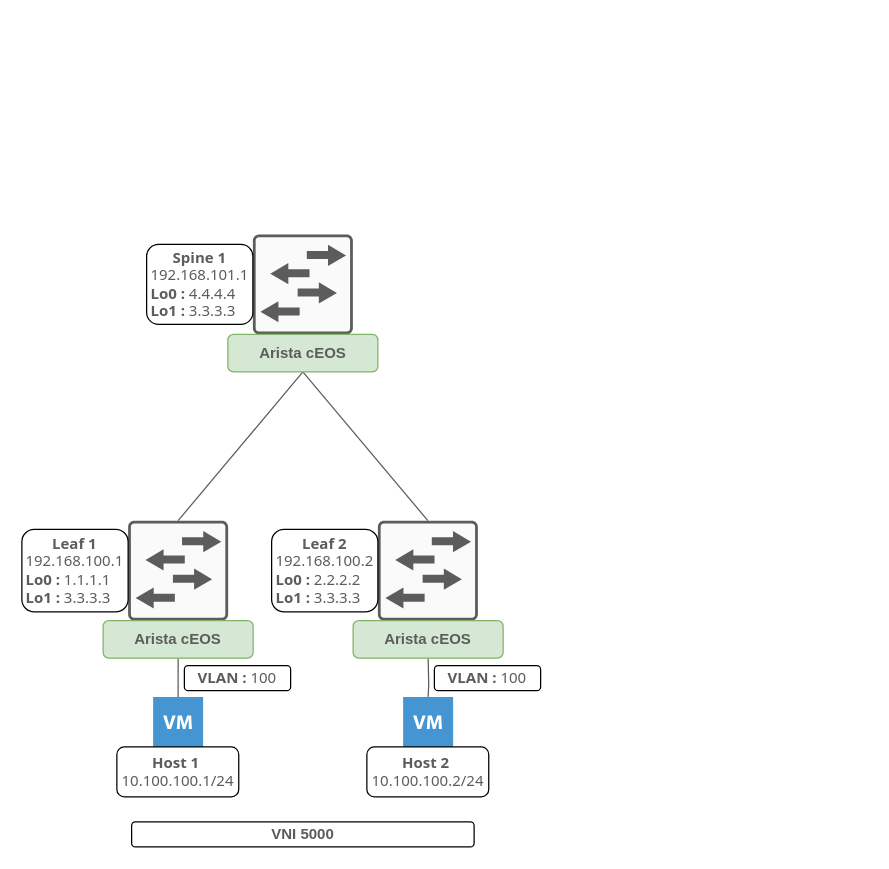
Above: documentation/assets/images/diagrams/VXLAN.drawio in damienarnodo/VXLAN-EVPN (draw.io), before the change. Source tidied: cells renumbered, new cells numbered last; positions are measured from the earlier drawing's top-left corner, leaving out a move shared by most shapes. Both pictures are drawn from the tidied source at 125%, with x=0, y=0 at pixel (21, 234).
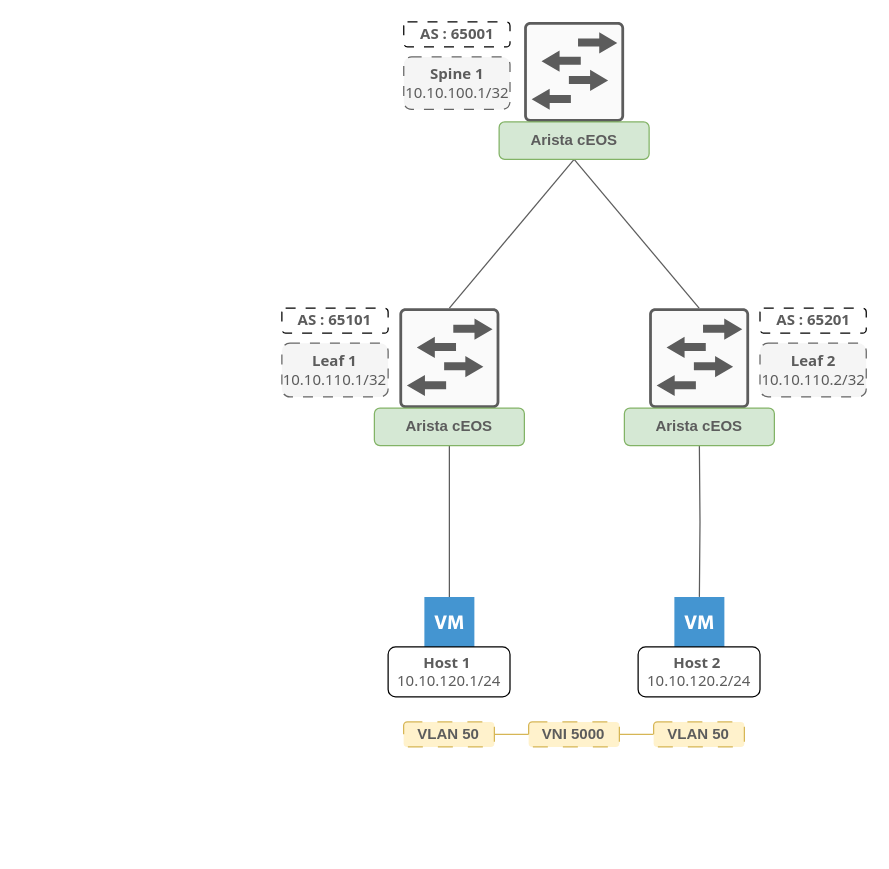
The same diagram, later.

Commit message (it also covers changes not shown here):
Update diagram and hosts

Diff of the diagram source:
```diff
@@
     <mxCell id="2" style="sketch=0;verticalLabelPosition=bottom;html=1;verticalAlign=top;align=center;shape=mxgraph.cisco19.rect;prIcon=l2_switch;fillColor=#FAFAFA;strokeColor=#5c5c5c;" parent="1" vertex="1">
-      <mxGeometry x="184.8" width="80" height="80" as="geometry" />
+      <mxGeometry x="401.8" y="-170" width="80" height="80" as="geometry" />
     </mxCell>
     <mxCell id="3" style="sketch=0;points=[[0.015,0.015,0],[0.985,0.015,0],[0.985,0.985,0],[0.015,0.985,0],[0.25,0,0],[0.5,0,0],[0.75,0,0],[1,0.25,0],[1,0.5,0],[1,0.75,0],[0.75,1,0],[0.5,1,0],[0.25,1,0],[0,0.75,0],[0,0.5,0],[0,0.25,0]];verticalLabelPosition=bottom;html=1;verticalAlign=top;align=center;shape=mxgraph.cisco19.rect;prIcon=l2_switch;fillColor=#FAFAFA;strokeColor=#5c5c5c;" parent="1" vertex="1">
-      <mxGeometry x="284.8" y="229" width="80" height="80" as="geometry" />
+      <mxGeometry x="501.8" y="59" width="80" height="80" as="geometry" />
     </mxCell>
     <mxCell id="4" style="sketch=0;points=[[0.015,0.015,0],[0.985,0.015,0],[0.985,0.985,0],[0.015,0.985,0],[0.25,0,0],[0.5,0,0],[0.75,0,0],[1,0.25,0],[1,0.5,0],[1,0.75,0],[0.75,1,0],[0.5,1,0],[0.25,1,0],[0,0.75,0],[0,0.5,0],[0,0.25,0]];verticalLabelPosition=bottom;html=1;verticalAlign=top;align=center;shape=mxgraph.cisco19.rect;prIcon=l2_switch;fillColor=#FAFAFA;strokeColor=#5c5c5c;" parent="1" vertex="1">
-      <mxGeometry x="85" y="229" width="80" height="80" as="geometry" />
+      <mxGeometry x="302" y="59" width="80" height="80" as="geometry" />
     </mxCell>
@@
     <mxCell id="6" value="&lt;b style=&quot;&quot;&gt;&lt;font color=&quot;#5c5c5c&quot;&gt;Arista cEOS&lt;/font&gt;&lt;/b&gt;" style="rounded=1;whiteSpace=wrap;html=1;fillColor=#d5e8d4;strokeColor=#82b366;" parent="1" vertex="1">
-      <mxGeometry x="65" y="309" width="120" height="30" as="geometry" />
+      <mxGeometry x="282" y="139" width="120" height="30" as="geometry" />
     </mxCell>
     <mxCell id="7" style="edgeStyle=orthogonalEdgeStyle;rounded=0;jettySize=auto;html=1;exitX=0.5;exitY=1;exitDx=0;exitDy=0;endArrow=none;endFill=0;strokeColor=#5c5c5c;flowAnimation=1;" parent="1" edge="1" target="15">
       <mxGeometry relative="1" as="geometry">
-        <mxPoint x="325" y="339" as="sourcePoint" />
+        <mxPoint x="542" y="169" as="sourcePoint" />
       </mxGeometry>
     </mxCell>
@@
     <mxCell id="10" value="&lt;b style=&quot;&quot;&gt;&lt;font color=&quot;#5c5c5c&quot;&gt;Arista cEOS&lt;/font&gt;&lt;/b&gt;" style="rounded=1;whiteSpace=wrap;html=1;fillColor=#d5e8d4;strokeColor=#82b366;" parent="1" vertex="1">
-      <mxGeometry x="164.8" y="80" width="120" height="30" as="geometry" />
+      <mxGeometry x="381.8" y="-90" width="120" height="30" as="geometry" />
     </mxCell>
     <mxCell id="11" style="shadow=0;dashed=0;html=1;strokeColor=none;fillColor=#4495D1;labelPosition=center;verticalLabelPosition=bottom;verticalAlign=top;align=center;outlineConnect=0;shape=mxgraph.veeam.2d.virtual_machine;" parent="1" vertex="1">
-      <mxGeometry x="105" y="370" width="40" height="40" as="geometry" />
+      <mxGeometry x="322" y="290" width="40" height="40" as="geometry" />
     </mxCell>
-    <mxCell id="12" value="&lt;div style=&quot;&quot;&gt;&lt;b style=&quot;color: rgb(92, 92, 92); font-family: Tahoma; background-color: initial;&quot;&gt;Spine 1&lt;/b&gt;&lt;/div&gt;&lt;font color=&quot;#5c5c5c&quot; face=&quot;Tahoma&quot;&gt;&lt;div style=&quot;&quot;&gt;&lt;span style=&quot;background-color: initial;&quot;&gt;192.168.101.1&lt;/span&gt;&lt;/div&gt;&lt;div style=&quot;&quot;&gt;&lt;div style=&quot;border-color: var(--border-color); color: rgb(0, 0, 0); font-family: Helvetica; text-align: left;&quot;&gt;&lt;font style=&quot;border-color: var(--border-color);&quot; face=&quot;Tahoma&quot; color=&quot;#5c5c5c&quot;&gt;&lt;b style=&quot;border-color: var(--border-color);&quot;&gt;Lo0 : &lt;/b&gt;&lt;span style=&quot;border-color: var(--border-color);&quot;&gt;4&lt;/span&gt;.4.4.4&lt;b style=&quot;border-color: var(--border-color);&quot;&gt;&amp;nbsp;&lt;/b&gt;&lt;/font&gt;&lt;/div&gt;&lt;div style=&quot;border-color: var(--border-color); color: rgb(0, 0, 0); font-family: Helvetica; text-align: left;&quot;&gt;&lt;font style=&quot;border-color: var(--border-color);&quot; face=&quot;Tahoma&quot; color=&quot;#5c5c5c&quot;&gt;&lt;b style=&quot;border-color: var(--border-color);&quot;&gt;Lo1 :&amp;nbsp;&lt;/b&gt;3.3.3.3&lt;/font&gt;&lt;/div&gt;&lt;/div&gt;&lt;/font&gt;" style="rounded=1;whiteSpace=wrap;html=1;align=center;" parent="1" vertex="1">
-      <mxGeometry x="99.8" y="8" width="85" height="64" as="geometry" />
+    <mxCell id="12" value="&lt;div style=&quot;&quot;&gt;&lt;b style=&quot;color: rgb(92, 92, 92); font-family: Tahoma; background-color: initial;&quot;&gt;Spine 1&lt;/b&gt;&lt;/div&gt;&lt;font color=&quot;#5c5c5c&quot; face=&quot;Tahoma&quot;&gt;&lt;div style=&quot;&quot;&gt;10.10.100.1/32&lt;/div&gt;&lt;/font&gt;" style="rounded=1;whiteSpace=wrap;html=1;align=center;fillColor=#f5f5f5;fontColor=#333333;strokeColor=#666666;dashed=1;dashPattern=8 8;" parent="1" vertex="1">
+      <mxGeometry x="305.5" y="-142" width="85" height="42" as="geometry" />
     </mxCell>
-    <mxCell id="13" value="&lt;div style=&quot;&quot;&gt;&lt;b style=&quot;color: rgb(92, 92, 92); font-family: Tahoma; background-color: initial;&quot;&gt;Leaf 1&lt;/b&gt;&lt;/div&gt;&lt;font color=&quot;#5c5c5c&quot; face=&quot;Tahoma&quot;&gt;&lt;div style=&quot;&quot;&gt;&lt;span style=&quot;background-color: initial;&quot;&gt;192.168.100.1&lt;/span&gt;&lt;/div&gt;&lt;div style=&quot;&quot;&gt;&lt;div style=&quot;border-color: var(--border-color); color: rgb(0, 0, 0); font-family: Helvetica; text-align: left;&quot;&gt;&lt;font style=&quot;border-color: var(--border-color);&quot; face=&quot;Tahoma&quot; color=&quot;#5c5c5c&quot;&gt;&lt;b style=&quot;border-color: var(--border-color);&quot;&gt;Lo0 :&amp;nbsp;&lt;/b&gt;1.1.1.1&lt;b style=&quot;border-color: var(--border-color);&quot;&gt;&amp;nbsp;&lt;/b&gt;&lt;/font&gt;&lt;/div&gt;&lt;div style=&quot;border-color: var(--border-color); color: rgb(0, 0, 0); font-family: Helvetica; text-align: left;&quot;&gt;&lt;font style=&quot;border-color: var(--border-color);&quot; face=&quot;Tahoma&quot; color=&quot;#5c5c5c&quot;&gt;&lt;b style=&quot;border-color: var(--border-color);&quot;&gt;Lo1 :&amp;nbsp;&lt;/b&gt;3.3.3.3&lt;/font&gt;&lt;/div&gt;&lt;/div&gt;&lt;/font&gt;" style="rounded=1;whiteSpace=wrap;html=1;align=center;" parent="1" vertex="1">
-      <mxGeometry y="236" width="85" height="66" as="geometry" />
+    <mxCell id="13" value="&lt;div style=&quot;&quot;&gt;&lt;b style=&quot;color: rgb(92, 92, 92); font-family: Tahoma; background-color: initial;&quot;&gt;Leaf 1&lt;/b&gt;&lt;/div&gt;&lt;font color=&quot;#5c5c5c&quot; face=&quot;Tahoma&quot;&gt;&lt;div style=&quot;&quot;&gt;10.10.110.1/32&lt;/div&gt;&lt;/font&gt;" style="rounded=1;whiteSpace=wrap;html=1;align=center;fillColor=#f5f5f5;fontColor=#333333;strokeColor=#666666;dashed=1;dashPattern=8 8;" parent="1" vertex="1">
+      <mxGeometry x="208" y="87" width="85" height="43" as="geometry" />
     </mxCell>
-    <mxCell id="14" value="&lt;div style=&quot;&quot;&gt;&lt;b style=&quot;color: rgb(92, 92, 92); font-family: Tahoma; background-color: initial;&quot;&gt;Leaf 2&lt;/b&gt;&lt;/div&gt;&lt;font color=&quot;#5c5c5c&quot; face=&quot;Tahoma&quot;&gt;&lt;div style=&quot;&quot;&gt;&lt;span style=&quot;background-color: initial;&quot;&gt;192.168.100.2&lt;/span&gt;&lt;/div&gt;&lt;div style=&quot;&quot;&gt;&lt;div style=&quot;border-color: var(--border-color); color: rgb(0, 0, 0); font-family: Helvetica; text-align: left;&quot;&gt;&lt;font style=&quot;border-color: var(--border-color);&quot; face=&quot;Tahoma&quot; color=&quot;#5c5c5c&quot;&gt;&lt;b style=&quot;border-color: var(--border-color);&quot;&gt;Lo0 :&amp;nbsp;&lt;/b&gt;2.2.2.2&lt;b style=&quot;border-color: var(--border-color);&quot;&gt;&amp;nbsp;&lt;/b&gt;&lt;/font&gt;&lt;/div&gt;&lt;div style=&quot;border-color: var(--border-color); color: rgb(0, 0, 0); font-family: Helvetica; text-align: left;&quot;&gt;&lt;font style=&quot;border-color: var(--border-color);&quot; face=&quot;Tahoma&quot; color=&quot;#5c5c5c&quot;&gt;&lt;b style=&quot;border-color: var(--border-color);&quot;&gt;Lo1 :&amp;nbsp;&lt;/b&gt;3.3.3.3&lt;/font&gt;&lt;/div&gt;&lt;/div&gt;&lt;/font&gt;" style="rounded=1;whiteSpace=wrap;html=1;align=center;" parent="1" vertex="1">
-      <mxGeometry x="199.8" y="236" width="85" height="66" as="geometry" />
+    <mxCell id="14" value="&lt;div style=&quot;&quot;&gt;&lt;b style=&quot;color: rgb(92, 92, 92); font-family: Tahoma; background-color: initial;&quot;&gt;Leaf 2&lt;/b&gt;&lt;/div&gt;&lt;font color=&quot;#5c5c5c&quot; face=&quot;Tahoma&quot;&gt;&lt;div style=&quot;&quot;&gt;10.10.110.2/32&lt;/div&gt;&lt;/font&gt;" style="rounded=1;whiteSpace=wrap;html=1;align=center;fillColor=#f5f5f5;fontColor=#333333;strokeColor=#666666;dashed=1;dashPattern=8 8;" parent="1" vertex="1">
+      <mxGeometry x="590.5" y="87" width="85" height="43" as="geometry" />
     </mxCell>
     <mxCell id="15" style="shadow=0;dashed=0;html=1;strokeColor=none;fillColor=#4495D1;labelPosition=center;verticalLabelPosition=bottom;verticalAlign=top;align=center;outlineConnect=0;shape=mxgraph.veeam.2d.virtual_machine;" parent="1" vertex="1">
-      <mxGeometry x="305" y="370" width="40" height="40" as="geometry" />
+      <mxGeometry x="522" y="290" width="40" height="40" as="geometry" />
     </mxCell>
-    <mxCell id="16" value="&lt;div style=&quot;&quot;&gt;&lt;font face=&quot;Tahoma&quot; color=&quot;#5c5c5c&quot;&gt;&lt;b&gt;Host 1&amp;nbsp;&lt;/b&gt;&lt;/font&gt;&lt;/div&gt;&lt;div style=&quot;&quot;&gt;&lt;font face=&quot;Tahoma&quot; color=&quot;#5c5c5c&quot;&gt;10.100.100.1/24&lt;/font&gt;&lt;/div&gt;" style="rounded=1;whiteSpace=wrap;html=1;align=center;" parent="1" vertex="1">
-      <mxGeometry x="76" y="410" width="97.5" height="40" as="geometry" />
+    <mxCell id="16" value="&lt;div style=&quot;&quot;&gt;&lt;font face=&quot;Tahoma&quot; color=&quot;#5c5c5c&quot;&gt;&lt;b&gt;Host 1&amp;nbsp;&lt;/b&gt;&lt;/font&gt;&lt;/div&gt;&lt;div style=&quot;&quot;&gt;&lt;font face=&quot;Tahoma&quot; color=&quot;#5c5c5c&quot;&gt;10.10.120.1/24&lt;/font&gt;&lt;/div&gt;" style="rounded=1;whiteSpace=wrap;html=1;align=center;" parent="1" vertex="1">
+      <mxGeometry x="293" y="330" width="97.5" height="40" as="geometry" />
     </mxCell>
-    <mxCell id="17" value="&lt;div style=&quot;&quot;&gt;&lt;font face=&quot;Tahoma&quot; color=&quot;#5c5c5c&quot;&gt;&lt;b&gt;Host 2&amp;nbsp;&lt;/b&gt;&lt;/font&gt;&lt;/div&gt;&lt;div style=&quot;&quot;&gt;&lt;font face=&quot;Tahoma&quot; color=&quot;#5c5c5c&quot;&gt;10.100.100.2/24&lt;/font&gt;&lt;/div&gt;" style="rounded=1;whiteSpace=wrap;html=1;align=center;" parent="1" vertex="1">
-      <mxGeometry x="276" y="410" width="97.5" height="40" as="geometry" />
+    <mxCell id="17" value="&lt;div style=&quot;&quot;&gt;&lt;font face=&quot;Tahoma&quot; color=&quot;#5c5c5c&quot;&gt;&lt;b&gt;Host 2&amp;nbsp;&lt;/b&gt;&lt;/font&gt;&lt;/div&gt;&lt;div style=&quot;&quot;&gt;&lt;font face=&quot;Tahoma&quot; color=&quot;#5c5c5c&quot;&gt;10.10.120.2/24&lt;/font&gt;&lt;/div&gt;" style="rounded=1;whiteSpace=wrap;html=1;align=center;" parent="1" vertex="1">
+      <mxGeometry x="493" y="330" width="97.5" height="40" as="geometry" />
     </mxCell>
     <mxCell id="18" value="&lt;b style=&quot;&quot;&gt;&lt;font color=&quot;#5c5c5c&quot;&gt;Arista cEOS&lt;/font&gt;&lt;/b&gt;" style="rounded=1;whiteSpace=wrap;html=1;fillColor=#d5e8d4;strokeColor=#82b366;" parent="1" vertex="1">
-      <mxGeometry x="265" y="309" width="120" height="30" as="geometry" />
+      <mxGeometry x="482" y="139" width="120" height="30" as="geometry" />
     </mxCell>
+    <mxCell id="22" style="edgeStyle=orthogonalEdgeStyle;rounded=0;jettySize=auto;html=1;endArrow=none;endFill=0;fillColor=#fff2cc;strokeColor=#d6b656;" parent="1" edge="1" source="19" target="25">
+      <mxGeometry relative="1" as="geometry" />
+    </mxCell>
-    <mxCell id="19" value="&lt;font color=&quot;#5c5c5c&quot;&gt;&lt;b&gt;VNI 5000&lt;/b&gt;&lt;/font&gt;" style="rounded=1;whiteSpace=wrap;html=1;" parent="1" vertex="1">
-      <mxGeometry x="87.8" y="470" width="274" height="20" as="geometry" />
+    <mxCell id="19" value="&lt;font color=&quot;#5c5c5c&quot;&gt;&lt;b&gt;VNI 5000&lt;/b&gt;&lt;/font&gt;" style="rounded=1;whiteSpace=wrap;html=1;fillColor=#fff2cc;strokeColor=#d6b656;dashed=1;dashPattern=12 12;" parent="1" vertex="1">
+      <mxGeometry x="405.4" y="390" width="72.6" height="20" as="geometry" />
     </mxCell>
-    <mxCell id="20" value="&lt;div style=&quot;&quot;&gt;&lt;font face=&quot;Tahoma&quot; color=&quot;#5c5c5c&quot;&gt;&lt;b&gt;VLAN : &lt;/b&gt;100&lt;/font&gt;&lt;/div&gt;" style="rounded=1;whiteSpace=wrap;html=1;align=center;" parent="1" vertex="1">
-      <mxGeometry x="330" y="345" width="85" height="20" as="geometry" />
-    </mxCell>
-    <mxCell id="21" value="&lt;div style=&quot;&quot;&gt;&lt;font face=&quot;Tahoma&quot; color=&quot;#5c5c5c&quot;&gt;&lt;b&gt;VLAN : &lt;/b&gt;100&lt;/font&gt;&lt;/div&gt;" style="rounded=1;whiteSpace=wrap;html=1;align=center;" parent="1" vertex="1">
-      <mxGeometry x="130" y="345" width="85" height="20" as="geometry" />
-    </mxCell>
+    <mxCell id="23" style="edgeStyle=orthogonalEdgeStyle;rounded=0;jettySize=auto;html=1;endArrow=none;endFill=0;fillColor=#fff2cc;strokeColor=#d6b656;" parent="1" edge="1" source="24" target="19">
+      <mxGeometry relative="1" as="geometry" />
+    </mxCell>
+    <mxCell id="24" value="&lt;font color=&quot;#5c5c5c&quot;&gt;&lt;b&gt;VLAN 50&lt;/b&gt;&lt;/font&gt;" style="rounded=1;whiteSpace=wrap;html=1;fillColor=#fff2cc;strokeColor=#d6b656;dashed=1;dashPattern=12 12;" parent="1" vertex="1">
+      <mxGeometry x="305.4" y="390" width="72.6" height="20" as="geometry" />
+    </mxCell>
+    <mxCell id="25" value="&lt;font color=&quot;#5c5c5c&quot;&gt;&lt;b&gt;VLAN 50&lt;/b&gt;&lt;/font&gt;" style="rounded=1;whiteSpace=wrap;html=1;fillColor=#fff2cc;strokeColor=#d6b656;dashed=1;dashPattern=12 12;" parent="1" vertex="1">
+      <mxGeometry x="505.4" y="390" width="72.6" height="20" as="geometry" />
+    </mxCell>
+    <mxCell id="26" value="&lt;div style=&quot;&quot;&gt;&lt;font face=&quot;Tahoma&quot; color=&quot;#5c5c5c&quot;&gt;&lt;b&gt;AS : 65001&lt;/b&gt;&lt;/font&gt;&lt;/div&gt;" style="rounded=1;whiteSpace=wrap;html=1;align=center;dashed=1;dashPattern=8 8;" parent="1" vertex="1">
+      <mxGeometry x="305.5" y="-170" width="85" height="20" as="geometry" />
+    </mxCell>
+    <mxCell id="27" value="&lt;div style=&quot;&quot;&gt;&lt;font face=&quot;Tahoma&quot; color=&quot;#5c5c5c&quot;&gt;&lt;b&gt;AS : 65201&lt;/b&gt;&lt;/font&gt;&lt;/div&gt;" style="rounded=1;whiteSpace=wrap;html=1;align=center;dashed=1;dashPattern=8 8;" parent="1" vertex="1">
+      <mxGeometry x="590.5" y="59" width="85" height="20" as="geometry" />
+    </mxCell>
+    <mxCell id="28" value="&lt;div style=&quot;&quot;&gt;&lt;font face=&quot;Tahoma&quot; color=&quot;#5c5c5c&quot;&gt;&lt;b&gt;AS : 65101&lt;/b&gt;&lt;/font&gt;&lt;/div&gt;" style="rounded=1;whiteSpace=wrap;html=1;align=center;dashed=1;dashPattern=8 8;" parent="1" vertex="1">
+      <mxGeometry x="208" y="59" width="85" height="20" as="geometry" />
+    </mxCell>
```
